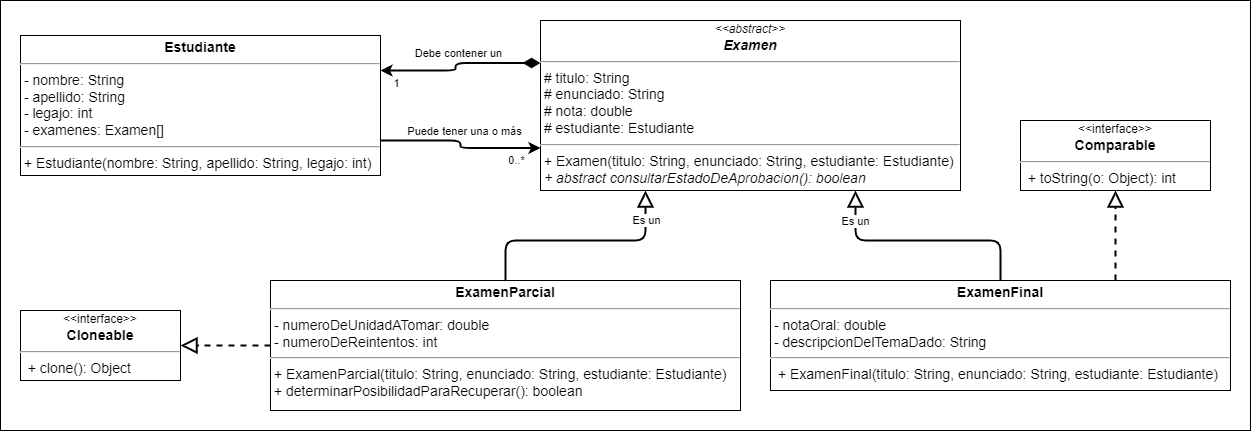
The draw.io diagram src/clase_14_pre_evaluacion/actividad_en_vivo/diagrama_de_clases/Diagrama - Universidad.png in serinformatico/POO-10-2022, before a commit. Source tidied: cells renumbered, new cells last; positions are measured from the earlier drawing's top-left corner, leaving out a move shared by most shapes. Source of this version:
```xml
<mxGraphModel>
  <root>
    <mxCell id="0" />
    <mxCell id="1" parent="0" />
    <mxCell id="2" value="&lt;font style=&quot;font-size: 16px;&quot;&gt;&lt;font style=&quot;font-size: 16px;&quot;&gt;&lt;br&gt;&lt;/font&gt;&lt;/font&gt;" style="rounded=0;whiteSpace=wrap;html=1;align=left;verticalAlign=top;fontSize=30;fontStyle=1;spacingTop=10;spacing=2;spacingLeft=20;fontFamily=Verdana;" parent="1" vertex="1">
      <mxGeometry width="1250" height="430" as="geometry" />
    </mxCell>
    <mxCell id="3" value="&lt;div style=&quot;text-align: center;&quot;&gt;&lt;i style=&quot;background-color: initial; font-size: 12px;&quot;&gt;&amp;lt;&amp;lt;abstract&amp;gt;&amp;gt;&lt;/i&gt;&lt;/div&gt;&lt;div style=&quot;text-align: center;&quot;&gt;&lt;b&gt;&lt;i&gt;Examen&lt;/i&gt;&lt;/b&gt;&lt;/div&gt;&lt;hr style=&quot;font-size: 14px;&quot;&gt;&lt;p style=&quot;margin: 0px 0px 0px 4px; font-size: 14px;&quot;&gt;&lt;/p&gt;&amp;nbsp;# titulo: String&lt;br&gt;&amp;nbsp;# enunciado: String&lt;br&gt;&amp;nbsp;# nota: double&lt;br&gt;&amp;nbsp;# estudiante: Estudiante&lt;br&gt;&lt;hr style=&quot;font-size: 14px;&quot;&gt;&lt;i&gt;&amp;nbsp;&lt;/i&gt;+ Examen(titulo: String, enunciado: String, estudiante: Estudiante)&lt;br&gt;&lt;p style=&quot;margin: 0px 0px 0px 4px;&quot;&gt;&lt;/p&gt;&lt;i&gt;&amp;nbsp;+ abstract consultarEstadoDeAprobacion(&lt;/i&gt;&lt;i&gt;): boolean&lt;br&gt;&lt;/i&gt;" style="verticalAlign=top;align=left;overflow=fill;fontSize=14;fontFamily=Helvetica;html=1;spacing=2;spacingTop=0;" parent="1" vertex="1">
      <mxGeometry x="540" y="20" width="420" height="170" as="geometry" />
    </mxCell>
    <mxCell id="4" style="edgeStyle=orthogonalEdgeStyle;rounded=1;jettySize=auto;html=1;entryX=0.75;entryY=1;entryDx=0;entryDy=0;strokeWidth=2;endArrow=block;endFill=0;endSize=12;" parent="1" edge="1" source="9" target="3">
      <mxGeometry relative="1" as="geometry" />
    </mxCell>
    <mxCell id="5" value="Es un" style="edgeLabel;html=1;align=center;verticalAlign=middle;" parent="4" vertex="1">
      <mxGeometry x="0.21" relative="1" as="geometry">
        <mxPoint x="-44" y="-20" as="offset" />
      </mxGeometry>
    </mxCell>
    <mxCell id="6" value="&lt;p style=&quot;margin: 4px 0px 0px; text-align: center; font-size: 14px;&quot;&gt;&lt;b&gt;ExamenParcial&lt;/b&gt;&lt;/p&gt;&lt;hr style=&quot;font-size: 14px;&quot;&gt;&lt;p style=&quot;margin: 0px 0px 0px 4px; font-size: 14px;&quot;&gt;&lt;/p&gt;&lt;span style=&quot;background-color: initial;&quot;&gt;&amp;nbsp;- numeroDeUnidadATomar: double&lt;br&gt;&lt;/span&gt;&amp;nbsp;- numeroDeReintentos: int&lt;br&gt;&lt;hr style=&quot;font-size: 14px;&quot;&gt;&lt;i&gt;&amp;nbsp;&lt;/i&gt;+ ExamenParcial(titulo: String, enunciado: String, estudiante: Estudiante)&lt;br&gt;&lt;p style=&quot;margin: 0px 0px 0px 4px;&quot;&gt;&lt;/p&gt;&lt;i&gt;&lt;/i&gt;&amp;nbsp;+ determinarPosibilidadParaRecuperar(): boolean&lt;br&gt;&lt;p style=&quot;margin: 0px 0px 0px 4px;&quot;&gt;&lt;/p&gt;&lt;p style=&quot;margin: 0px 0px 0px 4px;&quot;&gt;&lt;br&gt;&lt;/p&gt;" style="verticalAlign=top;align=left;overflow=fill;fontSize=14;fontFamily=Helvetica;html=1;" parent="1" vertex="1">
      <mxGeometry x="270" y="280" width="470" height="130" as="geometry" />
    </mxCell>
    <mxCell id="7" style="edgeStyle=orthogonalEdgeStyle;rounded=1;jettySize=auto;html=1;strokeWidth=2;endArrow=block;endFill=0;endSize=12;exitX=0.5;exitY=0;exitDx=0;exitDy=0;entryX=0.25;entryY=1;entryDx=0;entryDy=0;" parent="1" edge="1" source="6" target="3">
      <mxGeometry relative="1" as="geometry" />
    </mxCell>
    <mxCell id="8" value="Es un" style="edgeLabel;html=1;align=center;verticalAlign=middle;" parent="7" vertex="1">
      <mxGeometry x="0.75" relative="1" as="geometry">
        <mxPoint y="1" as="offset" />
      </mxGeometry>
    </mxCell>
    <mxCell id="9" value="&lt;p style=&quot;margin: 4px 0px 0px; text-align: center; font-size: 14px;&quot;&gt;&lt;b&gt;ExamenFinal&lt;/b&gt;&lt;/p&gt;&lt;hr style=&quot;font-size: 14px;&quot;&gt;&lt;p style=&quot;margin: 0px 0px 0px 4px; font-size: 14px;&quot;&gt;&lt;/p&gt;&lt;span style=&quot;background-color: initial;&quot;&gt;&amp;nbsp;- notaOral: double&lt;br&gt;&lt;/span&gt;&amp;nbsp;- descripcionDelTemaDado: String&lt;br&gt;&lt;hr style=&quot;font-size: 14px;&quot;&gt;&lt;p style=&quot;margin: 0px 0px 0px 4px;&quot;&gt;&lt;i&gt;&amp;nbsp;&lt;/i&gt;+ ExamenFinal(titulo: String, enunciado: String, estudiante: Estudiante)&lt;br&gt;&lt;i&gt;&lt;/i&gt;&lt;/p&gt;&lt;div&gt;&lt;br&gt;&lt;/div&gt;&lt;p style=&quot;color: rgb(0, 0, 0); font-family: Helvetica; font-size: 14px; font-style: normal; font-variant-ligatures: normal; font-variant-caps: normal; font-weight: 400; letter-spacing: normal; orphans: 2; text-align: left; text-indent: 0px; text-transform: none; widows: 2; word-spacing: 0px; -webkit-text-stroke-width: 0px; background-color: rgb(248, 249, 250); text-decoration-thickness: initial; text-decoration-style: initial; text-decoration-color: initial; margin: 0px 0px 0px 4px;&quot;&gt;&lt;/p&gt;&lt;p style=&quot;color: rgb(0, 0, 0); font-family: Helvetica; font-size: 14px; font-style: normal; font-variant-ligatures: normal; font-variant-caps: normal; font-weight: 400; letter-spacing: normal; orphans: 2; text-align: left; text-indent: 0px; text-transform: none; widows: 2; word-spacing: 0px; -webkit-text-stroke-width: 0px; background-color: rgb(248, 249, 250); text-decoration-thickness: initial; text-decoration-style: initial; text-decoration-color: initial; margin: 0px 0px 0px 4px;&quot;&gt;&lt;/p&gt;" style="verticalAlign=top;align=left;overflow=fill;fontSize=14;fontFamily=Helvetica;html=1;" parent="1" vertex="1">
      <mxGeometry x="770" y="280" width="460" height="110" as="geometry" />
    </mxCell>
    <mxCell id="10" value="&lt;p style=&quot;margin: 4px 0px 0px; text-align: center; font-size: 14px;&quot;&gt;&lt;b&gt;Estudiante&lt;/b&gt;&lt;/p&gt;&lt;hr style=&quot;font-size: 14px;&quot;&gt;&lt;p style=&quot;margin: 0px 0px 0px 4px; font-size: 14px;&quot;&gt;&lt;/p&gt;&amp;nbsp;- nombre: String&lt;br&gt;&amp;nbsp;- apellido: String&lt;br&gt;&amp;nbsp;- legajo: int&lt;span style=&quot;background-color: initial;&quot;&gt;&lt;br&gt;&lt;/span&gt;&amp;nbsp;- examenes: Examen[]&lt;br&gt;&lt;hr style=&quot;font-size: 14px;&quot;&gt;&amp;nbsp;+ Estudiante(nombre: String, apellido: String, legajo: int)&lt;br&gt;&lt;p style=&quot;margin: 0px 0px 0px 4px;&quot;&gt;&lt;br&gt;&lt;/p&gt;" style="verticalAlign=top;align=left;overflow=fill;fontSize=14;fontFamily=Helvetica;html=1;" parent="1" vertex="1">
      <mxGeometry x="20" y="35" width="360" height="140" as="geometry" />
    </mxCell>
    <mxCell id="11" style="edgeStyle=orthogonalEdgeStyle;rounded=1;jettySize=auto;html=1;entryX=1;entryY=0.25;entryDx=0;entryDy=0;strokeWidth=2;endArrow=classic;endFill=1;endSize=6;exitX=0;exitY=0.25;exitDx=0;exitDy=0;startArrow=diamondThin;startFill=1;startSize=12;" parent="1" edge="1" source="3" target="10">
      <mxGeometry relative="1" as="geometry" />
    </mxCell>
    <mxCell id="12" value="Debe contener un" style="edgeLabel;html=1;align=center;verticalAlign=middle;" parent="11" vertex="1">
      <mxGeometry x="-0.27" y="2" relative="1" as="geometry">
        <mxPoint x="-22" y="-12" as="offset" />
      </mxGeometry>
    </mxCell>
    <mxCell id="13" value="1" style="edgeLabel;html=1;align=center;verticalAlign=middle;" parent="11" vertex="1">
      <mxGeometry x="0.79" y="1" relative="1" as="geometry">
        <mxPoint x="-2" y="11" as="offset" />
      </mxGeometry>
    </mxCell>
    <mxCell id="14" style="edgeStyle=orthogonalEdgeStyle;rounded=1;jettySize=auto;html=1;entryX=0;entryY=0.75;entryDx=0;entryDy=0;strokeWidth=2;endArrow=classic;endFill=1;endSize=6;exitX=1;exitY=0.75;exitDx=0;exitDy=0;startArrow=none;startFill=0;startSize=12;" parent="1" edge="1" source="10" target="3">
      <mxGeometry relative="1" as="geometry" />
    </mxCell>
    <mxCell id="15" value="Puede tener una o más" style="edgeLabel;html=1;align=center;verticalAlign=middle;" parent="14" vertex="1">
      <mxGeometry x="-0.27" y="2" relative="1" as="geometry">
        <mxPoint x="22" y="-8" as="offset" />
      </mxGeometry>
    </mxCell>
    <mxCell id="16" value="0..*" style="edgeLabel;html=1;align=center;verticalAlign=middle;" parent="14" vertex="1">
      <mxGeometry x="0.79" y="1" relative="1" as="geometry">
        <mxPoint x="-7" y="13" as="offset" />
      </mxGeometry>
    </mxCell>
    <mxCell id="17" style="edgeStyle=orthogonalEdgeStyle;rounded=1;jettySize=auto;html=1;strokeWidth=2;endArrow=block;endFill=0;endSize=12;exitX=0.75;exitY=0;exitDx=0;exitDy=0;dashed=1;entryX=0.5;entryY=1;entryDx=0;entryDy=0;" parent="1" edge="1" source="9" target="18">
      <mxGeometry relative="1" as="geometry" />
    </mxCell>
    <mxCell id="18" value="&lt;div style=&quot;text-align: center;&quot;&gt;&lt;span style=&quot;background-color: initial; font-size: 12px;&quot;&gt;&amp;lt;&amp;lt;interface&amp;gt;&amp;gt;&lt;/span&gt;&lt;/div&gt;&lt;div style=&quot;text-align: center;&quot;&gt;&lt;b&gt;Comparable&lt;/b&gt;&lt;/div&gt;&lt;hr style=&quot;font-size: 14px;&quot;&gt;&lt;p style=&quot;margin: 0px 0px 0px 4px; font-size: 14px;&quot;&gt;&lt;/p&gt;&amp;nbsp;&amp;nbsp;+&lt;span style=&quot;background-color: initial;&quot;&gt;&amp;nbsp;toString(o: Object&lt;/span&gt;&lt;span style=&quot;background-color: initial;&quot;&gt;): int&lt;/span&gt;" style="verticalAlign=top;align=left;overflow=fill;fontSize=14;fontFamily=Helvetica;html=1;spacing=2;spacingTop=0;" parent="1" vertex="1">
      <mxGeometry x="1020" y="120" width="190" height="70" as="geometry" />
    </mxCell>
    <mxCell id="19" value="&lt;div style=&quot;text-align: center;&quot;&gt;&lt;span style=&quot;background-color: initial; font-size: 12px;&quot;&gt;&amp;lt;&amp;lt;interface&amp;gt;&amp;gt;&lt;/span&gt;&lt;/div&gt;&lt;div style=&quot;text-align: center;&quot;&gt;&lt;b&gt;Cloneable&lt;/b&gt;&lt;/div&gt;&lt;hr style=&quot;font-size: 14px;&quot;&gt;&lt;p style=&quot;margin: 0px 0px 0px 4px; font-size: 14px;&quot;&gt;&lt;/p&gt;&amp;nbsp;&amp;nbsp;+&lt;span style=&quot;background-color: initial;&quot;&gt;&amp;nbsp;clone(&lt;/span&gt;&lt;span style=&quot;background-color: initial;&quot;&gt;): Object&lt;/span&gt;" style="verticalAlign=top;align=left;overflow=fill;fontSize=14;fontFamily=Helvetica;html=1;spacing=2;spacingTop=0;" parent="1" vertex="1">
      <mxGeometry x="20" y="310" width="160" height="70" as="geometry" />
    </mxCell>
    <mxCell id="20" style="edgeStyle=orthogonalEdgeStyle;rounded=1;jettySize=auto;html=1;strokeWidth=2;endArrow=block;endFill=0;endSize=12;exitX=0;exitY=0.5;exitDx=0;exitDy=0;dashed=1;entryX=1;entryY=0.5;entryDx=0;entryDy=0;" parent="1" edge="1" source="6" target="19">
      <mxGeometry relative="1" as="geometry" />
    </mxCell>
  </root>
</mxGraphModel>
```
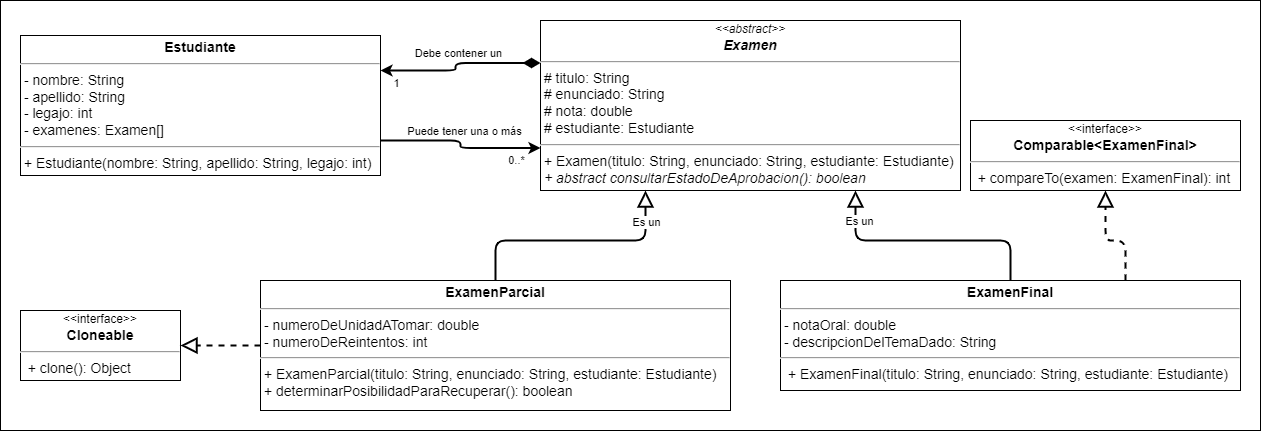
Above is the later version.

What changed in the source:
```diff
@@ -3,7 +3,7 @@
     <mxCell id="0" />
     <mxCell id="1" parent="0" />
     <mxCell id="2" value="&lt;font style=&quot;font-size: 16px;&quot;&gt;&lt;font style=&quot;font-size: 16px;&quot;&gt;&lt;br&gt;&lt;/font&gt;&lt;/font&gt;" style="rounded=0;whiteSpace=wrap;html=1;align=left;verticalAlign=top;fontSize=30;fontStyle=1;spacingTop=10;spacing=2;spacingLeft=20;fontFamily=Verdana;" parent="1" vertex="1">
-      <mxGeometry width="1250" height="430" as="geometry" />
+      <mxGeometry width="1260" height="430" as="geometry" />
     </mxCell>
     <mxCell id="3" value="&lt;div style=&quot;text-align: center;&quot;&gt;&lt;i style=&quot;background-color: initial; font-size: 12px;&quot;&gt;&amp;lt;&amp;lt;abstract&amp;gt;&amp;gt;&lt;/i&gt;&lt;/div&gt;&lt;div style=&quot;text-align: center;&quot;&gt;&lt;b&gt;&lt;i&gt;Examen&lt;/i&gt;&lt;/b&gt;&lt;/div&gt;&lt;hr style=&quot;font-size: 14px;&quot;&gt;&lt;p style=&quot;margin: 0px 0px 0px 4px; font-size: 14px;&quot;&gt;&lt;/p&gt;&amp;nbsp;# titulo: String&lt;br&gt;&amp;nbsp;# enunciado: String&lt;br&gt;&amp;nbsp;# nota: double&lt;br&gt;&amp;nbsp;# estudiante: Estudiante&lt;br&gt;&lt;hr style=&quot;font-size: 14px;&quot;&gt;&lt;i&gt;&amp;nbsp;&lt;/i&gt;+ Examen(titulo: String, enunciado: String, estudiante: Estudiante)&lt;br&gt;&lt;p style=&quot;margin: 0px 0px 0px 4px;&quot;&gt;&lt;/p&gt;&lt;i&gt;&amp;nbsp;+ abstract consultarEstadoDeAprobacion(&lt;/i&gt;&lt;i&gt;): boolean&lt;br&gt;&lt;/i&gt;" style="verticalAlign=top;align=left;overflow=fill;fontSize=14;fontFamily=Helvetica;html=1;spacing=2;spacingTop=0;" parent="1" vertex="1">
       <mxGeometry x="540" y="20" width="420" height="170" as="geometry" />
@@ -17,7 +17,7 @@
       </mxGeometry>
     </mxCell>
     <mxCell id="6" value="&lt;p style=&quot;margin: 4px 0px 0px; text-align: center; font-size: 14px;&quot;&gt;&lt;b&gt;ExamenParcial&lt;/b&gt;&lt;/p&gt;&lt;hr style=&quot;font-size: 14px;&quot;&gt;&lt;p style=&quot;margin: 0px 0px 0px 4px; font-size: 14px;&quot;&gt;&lt;/p&gt;&lt;span style=&quot;background-color: initial;&quot;&gt;&amp;nbsp;- numeroDeUnidadATomar: double&lt;br&gt;&lt;/span&gt;&amp;nbsp;- numeroDeReintentos: int&lt;br&gt;&lt;hr style=&quot;font-size: 14px;&quot;&gt;&lt;i&gt;&amp;nbsp;&lt;/i&gt;+ ExamenParcial(titulo: String, enunciado: String, estudiante: Estudiante)&lt;br&gt;&lt;p style=&quot;margin: 0px 0px 0px 4px;&quot;&gt;&lt;/p&gt;&lt;i&gt;&lt;/i&gt;&amp;nbsp;+ determinarPosibilidadParaRecuperar(): boolean&lt;br&gt;&lt;p style=&quot;margin: 0px 0px 0px 4px;&quot;&gt;&lt;/p&gt;&lt;p style=&quot;margin: 0px 0px 0px 4px;&quot;&gt;&lt;br&gt;&lt;/p&gt;" style="verticalAlign=top;align=left;overflow=fill;fontSize=14;fontFamily=Helvetica;html=1;" parent="1" vertex="1">
-      <mxGeometry x="270" y="280" width="470" height="130" as="geometry" />
+      <mxGeometry x="260" y="280" width="470" height="130" as="geometry" />
     </mxCell>
     <mxCell id="7" style="edgeStyle=orthogonalEdgeStyle;rounded=1;jettySize=auto;html=1;strokeWidth=2;endArrow=block;endFill=0;endSize=12;exitX=0.5;exitY=0;exitDx=0;exitDy=0;entryX=0.25;entryY=1;entryDx=0;entryDy=0;" parent="1" edge="1" source="6" target="3">
       <mxGeometry relative="1" as="geometry" />
@@ -28,7 +28,7 @@
       </mxGeometry>
     </mxCell>
     <mxCell id="9" value="&lt;p style=&quot;margin: 4px 0px 0px; text-align: center; font-size: 14px;&quot;&gt;&lt;b&gt;ExamenFinal&lt;/b&gt;&lt;/p&gt;&lt;hr style=&quot;font-size: 14px;&quot;&gt;&lt;p style=&quot;margin: 0px 0px 0px 4px; font-size: 14px;&quot;&gt;&lt;/p&gt;&lt;span style=&quot;background-color: initial;&quot;&gt;&amp;nbsp;- notaOral: double&lt;br&gt;&lt;/span&gt;&amp;nbsp;- descripcionDelTemaDado: String&lt;br&gt;&lt;hr style=&quot;font-size: 14px;&quot;&gt;&lt;p style=&quot;margin: 0px 0px 0px 4px;&quot;&gt;&lt;i&gt;&amp;nbsp;&lt;/i&gt;+ ExamenFinal(titulo: String, enunciado: String, estudiante: Estudiante)&lt;br&gt;&lt;i&gt;&lt;/i&gt;&lt;/p&gt;&lt;div&gt;&lt;br&gt;&lt;/div&gt;&lt;p style=&quot;color: rgb(0, 0, 0); font-family: Helvetica; font-size: 14px; font-style: normal; font-variant-ligatures: normal; font-variant-caps: normal; font-weight: 400; letter-spacing: normal; orphans: 2; text-align: left; text-indent: 0px; text-transform: none; widows: 2; word-spacing: 0px; -webkit-text-stroke-width: 0px; background-color: rgb(248, 249, 250); text-decoration-thickness: initial; text-decoration-style: initial; text-decoration-color: initial; margin: 0px 0px 0px 4px;&quot;&gt;&lt;/p&gt;&lt;p style=&quot;color: rgb(0, 0, 0); font-family: Helvetica; font-size: 14px; font-style: normal; font-variant-ligatures: normal; font-variant-caps: normal; font-weight: 400; letter-spacing: normal; orphans: 2; text-align: left; text-indent: 0px; text-transform: none; widows: 2; word-spacing: 0px; -webkit-text-stroke-width: 0px; background-color: rgb(248, 249, 250); text-decoration-thickness: initial; text-decoration-style: initial; text-decoration-color: initial; margin: 0px 0px 0px 4px;&quot;&gt;&lt;/p&gt;" style="verticalAlign=top;align=left;overflow=fill;fontSize=14;fontFamily=Helvetica;html=1;" parent="1" vertex="1">
-      <mxGeometry x="770" y="280" width="460" height="110" as="geometry" />
+      <mxGeometry x="780" y="280" width="460" height="110" as="geometry" />
     </mxCell>
     <mxCell id="10" value="&lt;p style=&quot;margin: 4px 0px 0px; text-align: center; font-size: 14px;&quot;&gt;&lt;b&gt;Estudiante&lt;/b&gt;&lt;/p&gt;&lt;hr style=&quot;font-size: 14px;&quot;&gt;&lt;p style=&quot;margin: 0px 0px 0px 4px; font-size: 14px;&quot;&gt;&lt;/p&gt;&amp;nbsp;- nombre: String&lt;br&gt;&amp;nbsp;- apellido: String&lt;br&gt;&amp;nbsp;- legajo: int&lt;span style=&quot;background-color: initial;&quot;&gt;&lt;br&gt;&lt;/span&gt;&amp;nbsp;- examenes: Examen[]&lt;br&gt;&lt;hr style=&quot;font-size: 14px;&quot;&gt;&amp;nbsp;+ Estudiante(nombre: String, apellido: String, legajo: int)&lt;br&gt;&lt;p style=&quot;margin: 0px 0px 0px 4px;&quot;&gt;&lt;br&gt;&lt;/p&gt;" style="verticalAlign=top;align=left;overflow=fill;fontSize=14;fontFamily=Helvetica;html=1;" parent="1" vertex="1">
       <mxGeometry x="20" y="35" width="360" height="140" as="geometry" />
@@ -62,8 +62,8 @@
     <mxCell id="17" style="edgeStyle=orthogonalEdgeStyle;rounded=1;jettySize=auto;html=1;strokeWidth=2;endArrow=block;endFill=0;endSize=12;exitX=0.75;exitY=0;exitDx=0;exitDy=0;dashed=1;entryX=0.5;entryY=1;entryDx=0;entryDy=0;" parent="1" edge="1" source="9" target="18">
       <mxGeometry relative="1" as="geometry" />
     </mxCell>
-    <mxCell id="18" value="&lt;div style=&quot;text-align: center;&quot;&gt;&lt;span style=&quot;background-color: initial; font-size: 12px;&quot;&gt;&amp;lt;&amp;lt;interface&amp;gt;&amp;gt;&lt;/span&gt;&lt;/div&gt;&lt;div style=&quot;text-align: center;&quot;&gt;&lt;b&gt;Comparable&lt;/b&gt;&lt;/div&gt;&lt;hr style=&quot;font-size: 14px;&quot;&gt;&lt;p style=&quot;margin: 0px 0px 0px 4px; font-size: 14px;&quot;&gt;&lt;/p&gt;&amp;nbsp;&amp;nbsp;+&lt;span style=&quot;background-color: initial;&quot;&gt;&amp;nbsp;toString(o: Object&lt;/span&gt;&lt;span style=&quot;background-color: initial;&quot;&gt;): int&lt;/span&gt;" style="verticalAlign=top;align=left;overflow=fill;fontSize=14;fontFamily=Helvetica;html=1;spacing=2;spacingTop=0;" parent="1" vertex="1">
-      <mxGeometry x="1020" y="120" width="190" height="70" as="geometry" />
+    <mxCell id="18" value="&lt;div style=&quot;text-align: center;&quot;&gt;&lt;span style=&quot;background-color: initial; font-size: 12px;&quot;&gt;&amp;lt;&amp;lt;interface&amp;gt;&amp;gt;&lt;/span&gt;&lt;/div&gt;&lt;div style=&quot;text-align: center;&quot;&gt;&lt;b&gt;Comparable&amp;lt;ExamenFinal&amp;gt;&lt;/b&gt;&lt;/div&gt;&lt;hr style=&quot;font-size: 14px;&quot;&gt;&lt;p style=&quot;margin: 0px 0px 0px 4px; font-size: 14px;&quot;&gt;&lt;/p&gt;&amp;nbsp;&amp;nbsp;+&lt;span style=&quot;background-color: initial;&quot;&gt;&amp;nbsp;compareTo(examen: ExamenFinal&lt;/span&gt;&lt;span style=&quot;background-color: initial;&quot;&gt;): int&lt;/span&gt;" style="verticalAlign=top;align=left;overflow=fill;fontSize=14;fontFamily=Helvetica;html=1;spacing=2;spacingTop=0;" parent="1" vertex="1">
+      <mxGeometry x="970" y="120" width="270" height="70" as="geometry" />
     </mxCell>
     <mxCell id="19" value="&lt;div style=&quot;text-align: center;&quot;&gt;&lt;span style=&quot;background-color: initial; font-size: 12px;&quot;&gt;&amp;lt;&amp;lt;interface&amp;gt;&amp;gt;&lt;/span&gt;&lt;/div&gt;&lt;div style=&quot;text-align: center;&quot;&gt;&lt;b&gt;Cloneable&lt;/b&gt;&lt;/div&gt;&lt;hr style=&quot;font-size: 14px;&quot;&gt;&lt;p style=&quot;margin: 0px 0px 0px 4px; font-size: 14px;&quot;&gt;&lt;/p&gt;&amp;nbsp;&amp;nbsp;+&lt;span style=&quot;background-color: initial;&quot;&gt;&amp;nbsp;clone(&lt;/span&gt;&lt;span style=&quot;background-color: initial;&quot;&gt;): Object&lt;/span&gt;" style="verticalAlign=top;align=left;overflow=fill;fontSize=14;fontFamily=Helvetica;html=1;spacing=2;spacingTop=0;" parent="1" vertex="1">
       <mxGeometry x="20" y="310" width="160" height="70" as="geometry" />
```
